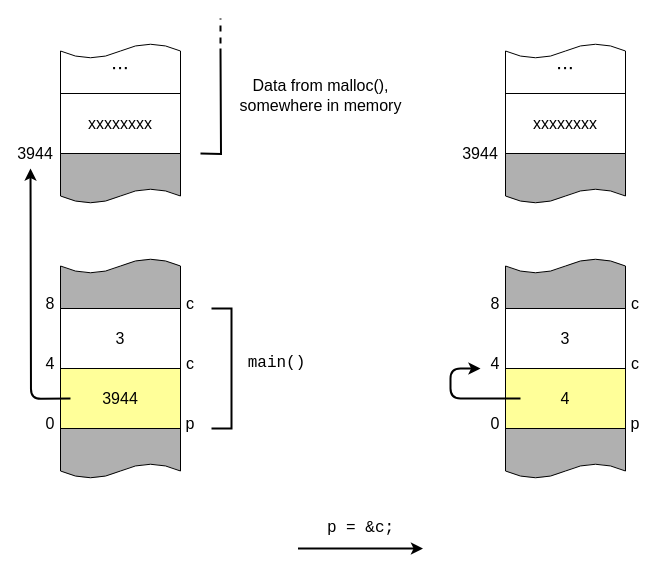
Above: Pointers/diagrams/leak.drawio in z-adams/Tutorials (draw.io), before the change. Source tidied: cells renumbered, new cells numbered last; positions are measured from the earlier drawing's top-left corner, leaving out a move shared by most shapes. Both pictures are drawn from the tidied source at 100%, with x=0, y=0 at pixel (20, 18).
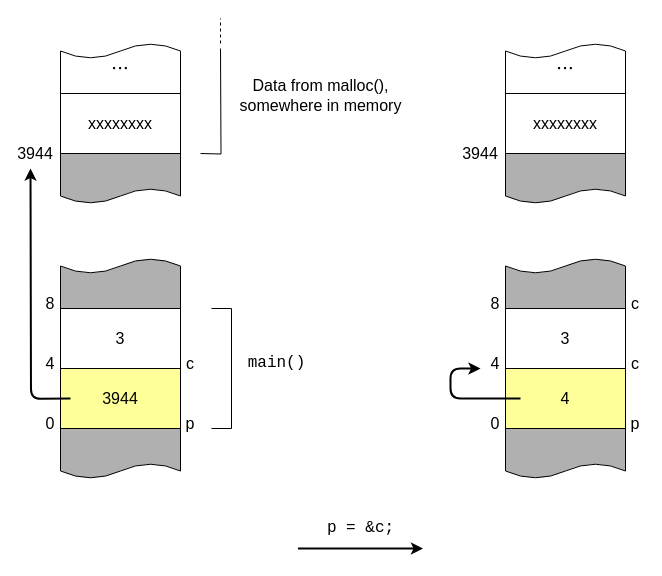
Above is the later version.

What changed in the source:
```diff
@@
-    <mxCell id="13" value="c" style="text;html=1;strokeColor=none;fillColor=none;align=center;verticalAlign=middle;whiteSpace=wrap;rounded=0;fontSize=16;" parent="1" vertex="1">
-      <mxGeometry x="160" y="270" width="20" height="30" as="geometry" />
-    </mxCell>
@@
-    <mxCell id="32" style="endArrow=none;html=1;strokeWidth=2;fontSize=21;edgeStyle=orthogonalEdgeStyle;rounded=0;" parent="1" edge="1">
+    <mxCell id="32" style="endArrow=none;html=1;strokeWidth=1;fontSize=21;edgeStyle=orthogonalEdgeStyle;rounded=0;" parent="1" edge="1">
       <mxGeometry relative="1" as="geometry">
         <mxPoint x="191" y="410" as="sourcePoint" />
         <mxPoint x="191" y="290" as="targetPoint" />
         <Array as="points">
           <mxPoint x="211" y="410" />
           <mxPoint x="211" y="290" />
           <mxPoint x="191" y="290" />
         </Array>
       </mxGeometry>
     </mxCell>
-    <mxCell id="33" style="endArrow=none;html=1;strokeWidth=2;fontSize=21;edgeStyle=orthogonalEdgeStyle;rounded=0;" parent="1" edge="1">
+    <mxCell id="33" style="endArrow=none;html=1;strokeWidth=1;fontSize=21;edgeStyle=orthogonalEdgeStyle;rounded=0;" parent="1" edge="1">
       <mxGeometry relative="1" as="geometry">
         <mxPoint x="180" y="135" as="sourcePoint" />
         <mxPoint x="200" y="30" as="targetPoint" />
       </mxGeometry>
     </mxCell>
-    <mxCell id="34" style="endArrow=none;dashed=1;html=1;strokeWidth=2;fontSize=21;" parent="1" edge="1">
+    <mxCell id="34" style="endArrow=none;dashed=1;html=1;strokeWidth=1;fontSize=21;" parent="1" edge="1">
       <mxGeometry relative="1" as="geometry">
         <mxPoint x="200" y="25" as="sourcePoint" />
         <mxPoint x="200" as="targetPoint" />
       </mxGeometry>
     </mxCell>
```
